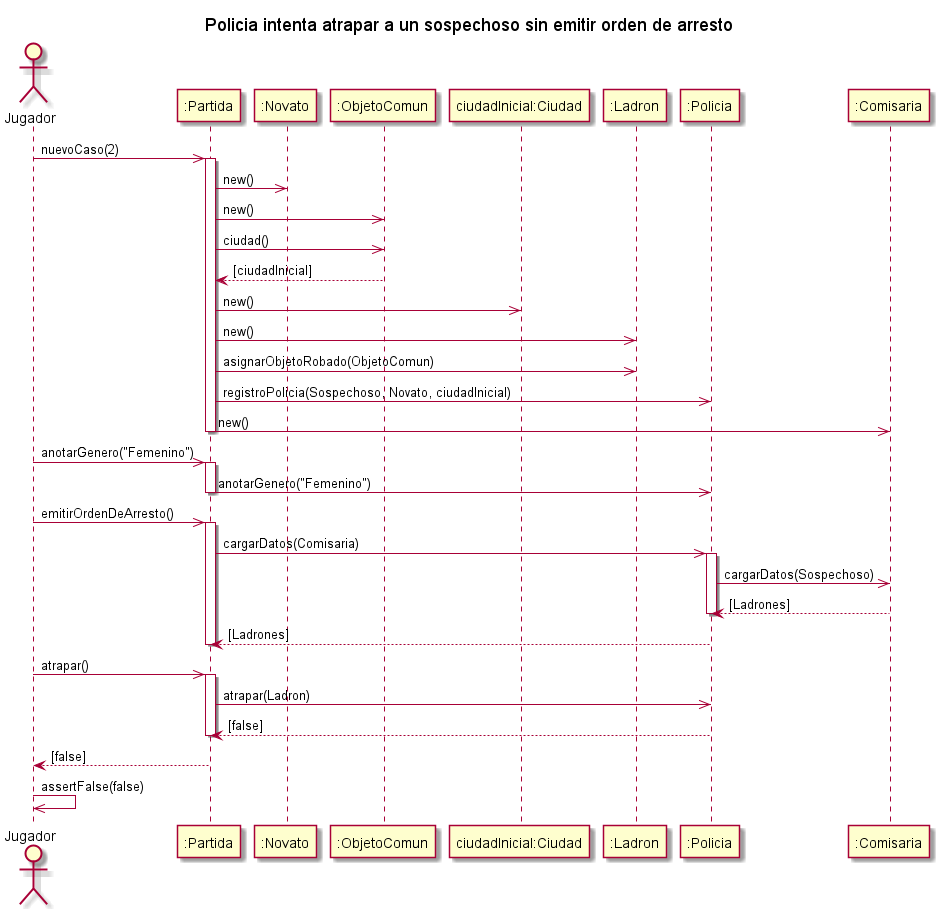
Earlier version of the PlantUML export diagrams/sequences/entrega2/DS_IntentoDeAtraparASospechosoSinOrdenDeArresto.png (kmu01/Algo3_tp2).
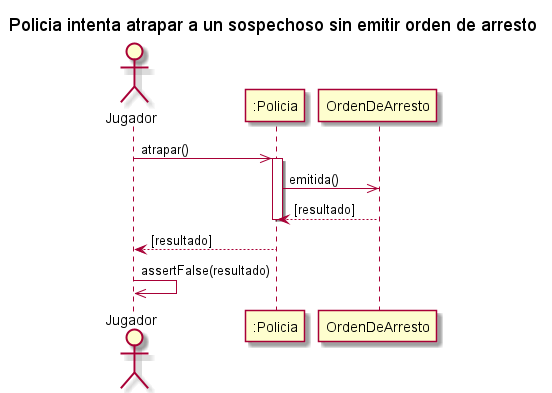
Above is the later version.

The edit, as a diff of the source:
```diff
@@ -1,47 +1,15 @@
 @startuml
 title Policia intenta atrapar a un sospechoso sin emitir orden de arresto
+
 actor "Jugador" as AlgoThief
-participant ":Partida" as Partida
-participant ":Novato" as Grado
-participant ":ObjetoComun" as ObjetoRobado
-participant "ciudadInicial:Ciudad" as Ciudad
-participant ":Ladron" as Ladron
 participant ":Policia" as Policia
-participant ":Comisaria" as Comisaria
+participant "OrdenDeArresto" as Orden
+AlgoThief ->> Policia : atrapar()
+activate Policia
+    Policia ->> Orden : emitida()
+    Orden --> Policia : [resultado]
+deactivate Policia
+Policia --> AlgoThief : [resultado]
 
-AlgoThief ->> Partida : nuevoCaso(2)
-activate Partida
-    Partida ->> Grado : new()
-    Partida ->> ObjetoRobado : new()
-    Partida ->> ObjetoRobado : ciudad()
-    ObjetoRobado --> Partida : [ciudadInicial]
-    Partida ->> Ciudad : new()
-    Partida ->> Ladron : new()
-    Partida ->> Ladron : asignarObjetoRobado(ObjetoComun)
-    Partida ->> Policia : registroPolicia(Sospechoso, Novato, ciudadInicial)
-    Partida ->> Comisaria : new()
-deactivate Partida
-
-AlgoThief ->> Partida : anotarGenero("Femenino")
-activate Partida
-Partida ->> Policia : anotarGenero("Femenino")
-deactivate Partida
-
-AlgoThief ->> Partida : emitirOrdenDeArresto()
-activate Partida
-Partida ->> Policia : cargarDatos(Comisaria)
-activate Policia
-Policia ->> Comisaria : cargarDatos(Sospechoso)
-Comisaria --> Policia : [Ladrones]
-deactivate Policia
-Policia --> Partida : [Ladrones]
-deactivate Partida
-AlgoThief ->> Partida : atrapar()
-activate Partida
-Partida ->> Policia : atrapar(Ladron)
-Policia --> Partida : [false]
-deactivate Partida
-Partida --> AlgoThief : [false]
-
-AlgoThief ->> AlgoThief : assertFalse(false)
+AlgoThief ->> AlgoThief : assertFalse(resultado)
 @enduml
```
